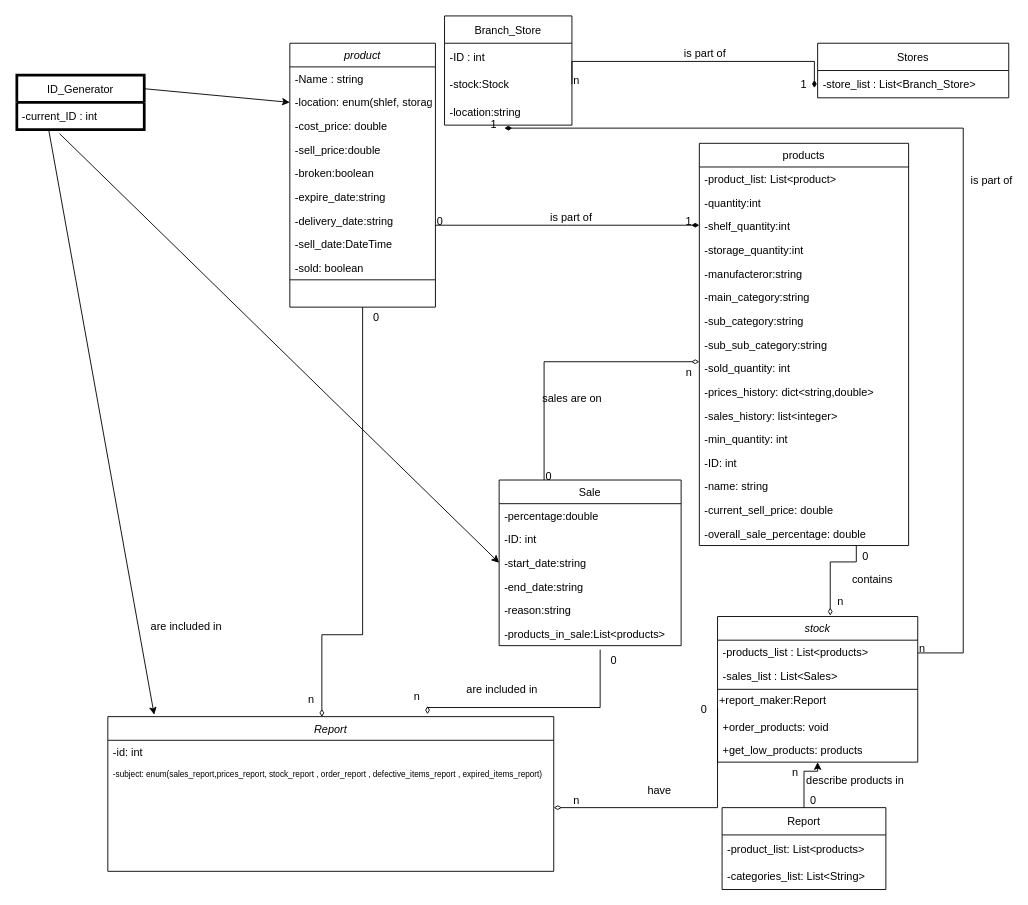
This is docs/class_diagram.drawio from idanlobel/nitutz, a draw.io file, before an edit. Source tidied: cells renumbered, new cells numbered last; positions are measured from the earlier drawing's top-left corner, leaving out a move shared by most shapes. Both pictures are drawn from the tidied source at 91%, with x=0, y=0 at pixel (16, -30).
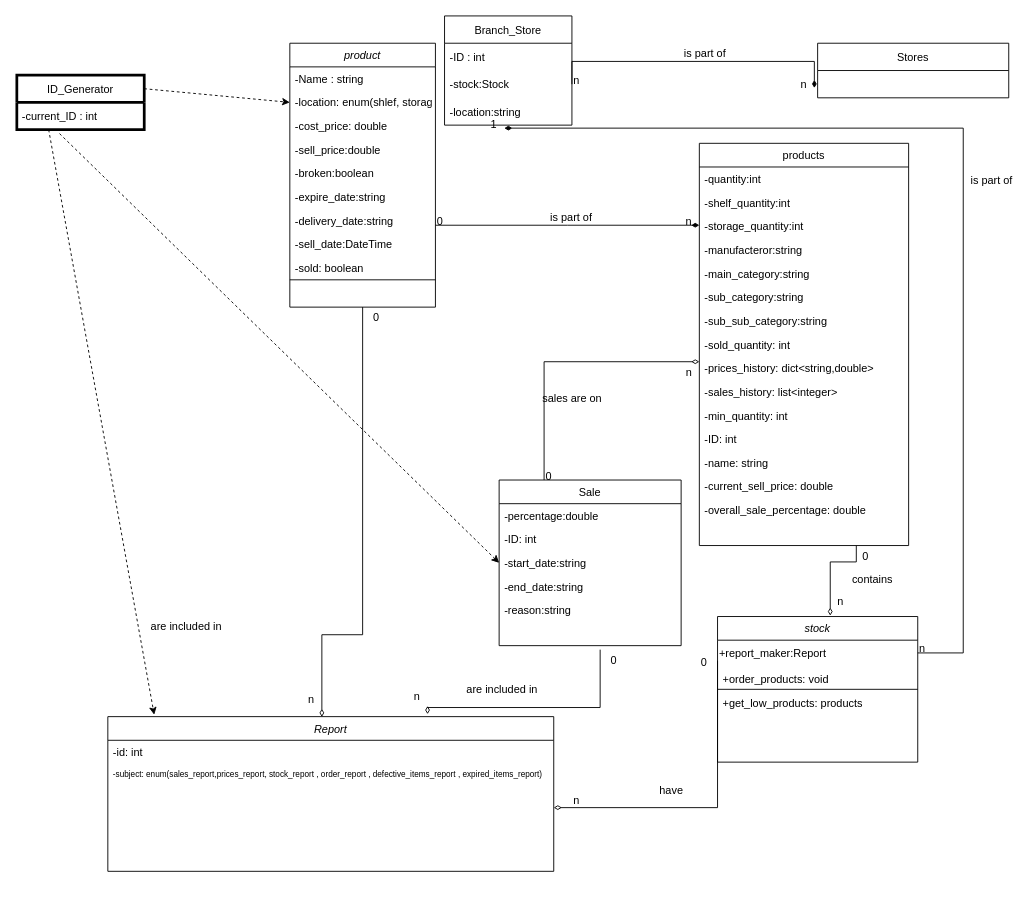
The same diagram, later.

The change refers to these unchanged cells:
```xml
<mxCell id="4" value="-location: enum(shlef, storage, store)" style="text;align=left;verticalAlign=top;spacingLeft=4;spacingRight=4;overflow=hidden;points=[[0,0.5],[1,0.5]];portConstraint=eastwest;rounded=0;shadow=0;html=0;fontColor=#000000;" parent="2" vertex="1">
  <mxGeometry y="52" width="160" height="26" as="geometry" />
</mxCell>
<mxCell id="13" value="products" style="swimlane;fontStyle=0;align=center;verticalAlign=top;horizontal=1;startSize=26;rounded=0;shadow=0;strokeWidth=1;" parent="1" vertex="1">
  <mxGeometry x="750" y="190" width="230" height="442" as="geometry" />
</mxCell>
<mxCell id="30" style="endArrow=diamondThin;shadow=0;strokeWidth=1;rounded=0;endFill=1;edgeStyle=elbowEdgeStyle;elbow=vertical;" parent="1" edge="1" source="2" target="13">
  <mxGeometry x="0.5" y="41" relative="1" as="geometry">
    <mxPoint x="-40" y="32" as="offset" />
  </mxGeometry>
</mxCell>
<mxCell id="34" value="stock" style="swimlane;fontStyle=2;align=center;verticalAlign=top;horizontal=1;startSize=26;rounded=0;shadow=0;strokeWidth=1;" parent="1" vertex="1">
  <mxGeometry x="770" y="710" width="220" height="160" as="geometry" />
</mxCell>
<mxCell id="41" value="Sale" style="swimlane;fontStyle=0;align=center;verticalAlign=top;horizontal=1;startSize=26;rounded=0;shadow=0;strokeWidth=1;" parent="1" vertex="1">
  <mxGeometry x="530" y="560" width="200" height="182" as="geometry" />
</mxCell>
<mxCell id="44" value="-start_date:string" style="text;align=left;verticalAlign=top;spacingLeft=4;spacingRight=4;overflow=hidden;points=[[0,0.5],[1,0.5]];portConstraint=eastwest;rounded=0;shadow=0;html=0;" parent="41" vertex="1">
  <mxGeometry y="78" width="200" height="26" as="geometry" />
</mxCell>
<mxCell id="65" value="-stock:Stock" style="text;strokeColor=none;fillColor=none;align=left;verticalAlign=middle;spacingLeft=4;spacingRight=4;overflow=hidden;points=[[0,0.5],[1,0.5]];portConstraint=eastwest;" parent="63" vertex="1">
  <mxGeometry y="60" width="140" height="30" as="geometry" />
</mxCell>
<mxCell id="67" value="Stores" style="swimlane;fontStyle=0;horizontal=1;startSize=30;" parent="1" vertex="1">
  <mxGeometry x="880" y="80" width="210" height="60" as="geometry" />
</mxCell>
<mxCell id="77" value="Report" style="swimlane;fontStyle=2;align=center;verticalAlign=top;horizontal=1;startSize=26;rounded=0;shadow=0;strokeWidth=1;" parent="1" vertex="1">
  <mxGeometry x="100" y="820" width="490" height="170" as="geometry" />
</mxCell>
<mxCell id="92" value="ID_Generator" style="swimlane;fontStyle=0;horizontal=1;startSize=30;strokeWidth=3;" parent="1" vertex="1">
  <mxGeometry y="115" width="140" height="60" as="geometry" />
</mxCell>
<mxCell id="93" value="-current_ID : int" style="text;strokeColor=none;fillColor=none;align=left;verticalAlign=middle;spacingLeft=4;spacingRight=4;overflow=hidden;points=[[0,0.5],[1,0.5]];portConstraint=eastwest;" parent="92" vertex="1">
  <mxGeometry y="30" width="140" height="30" as="geometry" />
</mxCell>
```

The edit, as a diff of the source:
```diff
@@
-    <mxCell id="14" value="-product_list: List&lt;product&gt;" style="text;align=left;verticalAlign=top;spacingLeft=4;spacingRight=4;overflow=hidden;rounded=0;shadow=0;html=0;" parent="13" vertex="1">
-      <mxGeometry y="26" width="230" height="26" as="geometry" />
-    </mxCell>
     <mxCell id="15" value="-quantity:int" style="text;align=left;verticalAlign=top;spacingLeft=4;spacingRight=4;overflow=hidden;rounded=0;shadow=0;html=0;" parent="13" vertex="1">
-      <mxGeometry y="52" width="230" height="26" as="geometry" />
+      <mxGeometry y="26" width="230" height="26" as="geometry" />
     </mxCell>
     <mxCell id="16" value="-shelf_quantity:int" style="text;align=left;verticalAlign=top;spacingLeft=4;spacingRight=4;overflow=hidden;rounded=0;shadow=0;html=0;" parent="13" vertex="1">
-      <mxGeometry y="78" width="230" height="26" as="geometry" />
+      <mxGeometry y="52" width="230" height="26" as="geometry" />
     </mxCell>
     <mxCell id="17" value="-storage_quantity:int" style="text;align=left;verticalAlign=top;spacingLeft=4;spacingRight=4;overflow=hidden;rounded=0;shadow=0;html=0;" parent="13" vertex="1">
-      <mxGeometry y="104" width="230" height="26" as="geometry" />
+      <mxGeometry y="78" width="230" height="26" as="geometry" />
     </mxCell>
     <mxCell id="18" value="-manufacteror:string" style="text;align=left;verticalAlign=top;spacingLeft=4;spacingRight=4;overflow=hidden;rounded=0;shadow=0;html=0;" parent="13" vertex="1">
-      <mxGeometry y="130" width="230" height="26" as="geometry" />
+      <mxGeometry y="104" width="230" height="26" as="geometry" />
     </mxCell>
     <mxCell id="19" value="-main_category:string" style="text;align=left;verticalAlign=top;spacingLeft=4;spacingRight=4;overflow=hidden;rounded=0;shadow=0;html=0;" parent="13" vertex="1">
-      <mxGeometry y="156" width="230" height="26" as="geometry" />
+      <mxGeometry y="130" width="230" height="26" as="geometry" />
     </mxCell>
     <mxCell id="20" value="-sub_category:string" style="text;align=left;verticalAlign=top;spacingLeft=4;spacingRight=4;overflow=hidden;rounded=0;shadow=0;html=0;" parent="13" vertex="1">
-      <mxGeometry y="182" width="230" height="26" as="geometry" />
+      <mxGeometry y="156" width="230" height="26" as="geometry" />
     </mxCell>
     <mxCell id="21" value="-sub_sub_category:string" style="text;align=left;verticalAlign=top;spacingLeft=4;spacingRight=4;overflow=hidden;rounded=0;shadow=0;html=0;" parent="13" vertex="1">
-      <mxGeometry y="208" width="230" height="26" as="geometry" />
+      <mxGeometry y="182" width="230" height="26" as="geometry" />
     </mxCell>
     <mxCell id="22" value="-sold_quantity: int" style="text;align=left;verticalAlign=top;spacingLeft=4;spacingRight=4;overflow=hidden;rounded=0;shadow=0;html=0;" parent="13" vertex="1">
-      <mxGeometry y="234" width="230" height="26" as="geometry" />
+      <mxGeometry y="208" width="230" height="26" as="geometry" />
     </mxCell>
     <mxCell id="23" value="-prices_history: dict&lt;string,double&gt;" style="text;align=left;verticalAlign=top;spacingLeft=4;spacingRight=4;overflow=hidden;rounded=0;shadow=0;html=0;fontColor=#000000;" parent="13" vertex="1">
-      <mxGeometry y="260" width="230" height="26" as="geometry" />
+      <mxGeometry y="234" width="230" height="26" as="geometry" />
     </mxCell>
     <mxCell id="24" value="-sales_history: list&lt;integer&gt;" style="text;align=left;verticalAlign=top;spacingLeft=4;spacingRight=4;overflow=hidden;rounded=0;shadow=0;html=0;fontColor=#000000;" parent="13" vertex="1">
-      <mxGeometry y="286" width="230" height="26" as="geometry" />
+      <mxGeometry y="260" width="230" height="26" as="geometry" />
     </mxCell>
     <mxCell id="25" value="-min_quantity: int" style="text;align=left;verticalAlign=top;spacingLeft=4;spacingRight=4;overflow=hidden;rounded=0;shadow=0;html=0;" parent="13" vertex="1">
-      <mxGeometry y="312" width="230" height="26" as="geometry" />
+      <mxGeometry y="286" width="230" height="26" as="geometry" />
     </mxCell>
     <mxCell id="26" value="-ID: int" style="text;align=left;verticalAlign=top;spacingLeft=4;spacingRight=4;overflow=hidden;rounded=0;shadow=0;html=0;" parent="13" vertex="1">
-      <mxGeometry y="338" width="230" height="26" as="geometry" />
+      <mxGeometry y="312" width="230" height="26" as="geometry" />
     </mxCell>
     <mxCell id="27" value="-name: string" style="text;align=left;verticalAlign=top;spacingLeft=4;spacingRight=4;overflow=hidden;rounded=0;shadow=0;html=0;" parent="13" vertex="1">
-      <mxGeometry y="364" width="230" height="26" as="geometry" />
+      <mxGeometry y="338" width="230" height="26" as="geometry" />
     </mxCell>
     <mxCell id="28" value="-current_sell_price: double" style="text;align=left;verticalAlign=top;spacingLeft=4;spacingRight=4;overflow=hidden;rounded=0;shadow=0;html=0;" parent="13" vertex="1">
-      <mxGeometry y="390" width="230" height="26" as="geometry" />
+      <mxGeometry y="364" width="230" height="26" as="geometry" />
     </mxCell>
     <mxCell id="29" value="-overall_sale_percentage: double" style="text;align=left;verticalAlign=top;spacingLeft=4;spacingRight=4;overflow=hidden;rounded=0;shadow=0;html=0;" parent="13" vertex="1">
-      <mxGeometry y="416" width="230" height="26" as="geometry" />
+      <mxGeometry y="390" width="230" height="26" as="geometry" />
     </mxCell>
@@
-    <mxCell id="32" value="1" style="align=right;verticalAlign=bottom;labelBackgroundColor=none;fontSize=12;" parent="30" vertex="1">
+    <mxCell id="32" value="n" style="align=right;verticalAlign=bottom;labelBackgroundColor=none;fontSize=12;" parent="30" vertex="1">
       <mxGeometry x="1" relative="1" as="geometry">
         <mxPoint x="-7" y="4" as="offset" />
       </mxGeometry>
     </mxCell>
@@
-    <mxCell id="35" value="-products_list : List&lt;products&gt;&#10;" style="text;align=left;verticalAlign=top;spacingLeft=4;spacingRight=4;overflow=hidden;" parent="34" vertex="1">
-      <mxGeometry y="26" width="220" height="26" as="geometry" />
-    </mxCell>
@@
-    <mxCell id="37" value="-sales_list : List&lt;Sales&gt;&#10;" style="text;align=left;verticalAlign=top;spacingLeft=4;spacingRight=4;overflow=hidden;" parent="34" vertex="1">
-      <mxGeometry y="52" width="220" height="26" as="geometry" />
-    </mxCell>
     <mxCell id="38" value="+report_maker:Report" style="text;html=1;strokeColor=none;fillColor=none;align=left;verticalAlign=middle;whiteSpace=wrap;rounded=0;" parent="34" vertex="1">
-      <mxGeometry y="78" width="220" height="30" as="geometry" />
+      <mxGeometry y="26" width="220" height="30" as="geometry" />
     </mxCell>
     <mxCell id="39" value="+order_products: void" style="text;align=left;verticalAlign=top;spacingLeft=4;spacingRight=4;overflow=hidden;rounded=0;shadow=0;html=0;" parent="34" vertex="1">
-      <mxGeometry y="108" width="220" height="26" as="geometry" />
+      <mxGeometry y="56" width="220" height="26" as="geometry" />
     </mxCell>
     <mxCell id="40" value="+get_low_products: products" style="text;align=left;verticalAlign=top;spacingLeft=4;spacingRight=4;overflow=hidden;rounded=0;shadow=0;html=0;" parent="34" vertex="1">
-      <mxGeometry y="134" width="220" height="26" as="geometry" />
+      <mxGeometry y="82" width="220" height="26" as="geometry" />
     </mxCell>
@@
-    <mxCell id="47" value="-products_in_sale:List&lt;products&gt;" style="text;align=left;verticalAlign=top;spacingLeft=4;spacingRight=4;overflow=hidden;points=[[0,0.5],[1,0.5]];portConstraint=eastwest;rounded=0;shadow=0;html=0;" parent="41" vertex="1">
-      <mxGeometry y="156" width="200" height="26" as="geometry" />
-    </mxCell>
@@
-    <mxCell id="56" value="Report" style="swimlane;fontStyle=0;horizontal=1;startSize=30;labelBackgroundColor=none;fillColor=none;" parent="1" vertex="1">
-      <mxGeometry x="775" y="920" width="180" height="90" as="geometry" />
-    </mxCell>
-    <mxCell id="57" value="-product_list: List&lt;products&gt;" style="text;strokeColor=none;fillColor=none;align=left;verticalAlign=middle;spacingLeft=4;spacingRight=4;overflow=hidden;labelBackgroundColor=none;" parent="56" vertex="1">
-      <mxGeometry y="30" width="180" height="30" as="geometry" />
-    </mxCell>
-    <mxCell id="58" value="-categories_list: List&lt;String&gt;" style="text;strokeColor=none;fillColor=none;align=left;verticalAlign=middle;spacingLeft=4;spacingRight=4;overflow=hidden;labelBackgroundColor=none;" parent="56" vertex="1">
-      <mxGeometry y="60" width="180" height="30" as="geometry" />
-    </mxCell>
-    <mxCell id="59" style="endArrow=classic;shadow=0;strokeWidth=1;rounded=0;endFill=1;edgeStyle=elbowEdgeStyle;elbow=vertical;exitX=0.5;exitY=0;exitDx=0;exitDy=0;" parent="1" edge="1" source="56">
-      <mxGeometry x="0.5" y="41" relative="1" as="geometry">
-        <mxPoint x="880" y="870" as="targetPoint" />
-        <Array as="points">
-          <mxPoint x="870" y="880" />
-          <mxPoint x="720" y="840" />
-          <mxPoint x="600" y="850" />
-        </Array>
-        <mxPoint x="-40" y="32" as="offset" />
-      </mxGeometry>
-    </mxCell>
-    <mxCell id="60" value="0" style="align=left;verticalAlign=bottom;labelBackgroundColor=none;fontSize=12;" parent="59" vertex="1">
-      <mxGeometry x="-1" relative="1" as="geometry">
-        <mxPoint x="5" as="offset" />
-      </mxGeometry>
-    </mxCell>
-    <mxCell id="61" value="n" style="align=right;verticalAlign=bottom;labelBackgroundColor=none;fontSize=12;" parent="59" vertex="1">
-      <mxGeometry x="1" relative="1" as="geometry">
-        <mxPoint x="-20" y="20" as="offset" />
-      </mxGeometry>
-    </mxCell>
-    <mxCell id="62" value="describe products in" style="text;html=1;align=center;verticalAlign=middle;labelBackgroundColor=none;rounded=0;shadow=0;strokeWidth=1;fontSize=12;" parent="59" vertex="1">
-      <mxGeometry x="0.5" y="49" relative="1" as="geometry">
-        <mxPoint x="46" y="59" as="offset" />
-      </mxGeometry>
-    </mxCell>
@@
-    <mxCell id="68" value="-store_list : List&lt;Branch_Store&gt;" style="text;strokeColor=none;fillColor=none;align=left;verticalAlign=middle;spacingLeft=4;spacingRight=4;overflow=hidden;points=[[0,0.5],[1,0.5]];portConstraint=eastwest;" parent="67" vertex="1">
-      <mxGeometry y="30" width="210" height="30" as="geometry" />
-    </mxCell>
-    <mxCell id="69" style="endArrow=diamondThin;shadow=0;strokeWidth=1;rounded=0;endFill=1;edgeStyle=elbowEdgeStyle;elbow=vertical;exitX=1;exitY=0.5;exitDx=0;exitDy=0;entryX=-0.017;entryY=0.64;entryDx=0;entryDy=0;entryPerimeter=0;" parent="1" edge="1" source="65" target="68">
+    <mxCell id="69" style="endArrow=diamondThin;shadow=0;strokeWidth=1;rounded=0;endFill=1;edgeStyle=elbowEdgeStyle;elbow=vertical;exitX=1;exitY=0.5;exitDx=0;exitDy=0;entryX=-0.017;entryY=0.64;entryDx=0;entryDy=0;entryPerimeter=0;" parent="1" edge="1" source="65">
       <mxGeometry x="0.5" y="41" relative="1" as="geometry">
+        <mxPoint x="876.4" y="129.2" as="targetPoint" />
         <Array as="points">
           <mxPoint x="820" y="100" />
           <mxPoint x="750" y="100" />
         </Array>
         <mxPoint x="-40" y="32" as="offset" />
       </mxGeometry>
     </mxCell>
@@
-    <mxCell id="71" value="1" style="align=right;verticalAlign=bottom;labelBackgroundColor=none;fontSize=12;" parent="69" vertex="1">
+    <mxCell id="71" value="n" style="align=right;verticalAlign=bottom;labelBackgroundColor=none;fontSize=12;" parent="69" vertex="1">
       <mxGeometry x="1" relative="1" as="geometry">
         <mxPoint x="-7" y="4" as="offset" />
       </mxGeometry>
     </mxCell>
@@
-    <mxCell id="84" style="endArrow=diamondThin;shadow=0;strokeWidth=1;rounded=0;endFill=0;edgeStyle=elbowEdgeStyle;elbow=vertical;exitX=0.555;exitY=1.169;exitDx=0;exitDy=0;entryX=0.717;entryY=-0.016;entryDx=0;entryDy=0;entryPerimeter=0;exitPerimeter=0;" parent="1" edge="1" source="47" target="77">
+    <mxCell id="84" style="endArrow=diamondThin;shadow=0;strokeWidth=1;rounded=0;endFill=0;edgeStyle=elbowEdgeStyle;elbow=vertical;exitX=0.555;exitY=1.169;exitDx=0;exitDy=0;entryX=0.717;entryY=-0.016;entryDx=0;entryDy=0;entryPerimeter=0;exitPerimeter=0;" parent="1" edge="1" target="77">
       <mxGeometry x="0.5" y="41" relative="1" as="geometry">
+        <mxPoint x="641" y="746.4" as="sourcePoint" />
         <Array as="points">
           <mxPoint x="600" y="810" />
           <mxPoint x="670" y="820" />
           <mxPoint x="630" y="830" />
           <mxPoint x="760" y="800" />
           <mxPoint x="870" y="810" />
           <mxPoint x="830" y="810" />
         </Array>
         <mxPoint x="-40" y="32" as="offset" />
       </mxGeometry>
     </mxCell>
@@
-    <mxCell id="94" style="endArrow=classic;html=1;rounded=0;exitX=1;exitY=0.25;exitDx=0;exitDy=0;entryX=0;entryY=0.5;entryDx=0;entryDy=0;" parent="1" edge="1" source="92" target="4">
+    <mxCell id="94" style="endArrow=classic;html=1;rounded=0;exitX=1;exitY=0.25;exitDx=0;exitDy=0;entryX=0;entryY=0.5;entryDx=0;entryDy=0;dashed=1;" parent="1" edge="1" source="92" target="4">
       <mxGeometry relative="1" as="geometry" />
     </mxCell>
-    <mxCell id="95" style="endArrow=classic;html=1;rounded=0;exitX=0.25;exitY=1;exitDx=0;exitDy=0;entryX=0.104;entryY=-0.012;entryDx=0;entryDy=0;entryPerimeter=0;" parent="1" edge="1" source="92" target="77">
+    <mxCell id="95" style="endArrow=classic;html=1;rounded=0;exitX=0.25;exitY=1;exitDx=0;exitDy=0;entryX=0.104;entryY=-0.012;entryDx=0;entryDy=0;entryPerimeter=0;dashed=1;" parent="1" edge="1" source="92" target="77">
       <mxGeometry relative="1" as="geometry" />
     </mxCell>
-    <mxCell id="96" style="endArrow=classic;html=1;rounded=0;exitX=0.335;exitY=1.143;exitDx=0;exitDy=0;exitPerimeter=0;entryX=0;entryY=0.5;entryDx=0;entryDy=0;" parent="1" edge="1" source="93" target="44">
+    <mxCell id="96" style="endArrow=classic;html=1;rounded=0;exitX=0.335;exitY=1.143;exitDx=0;exitDy=0;exitPerimeter=0;entryX=0;entryY=0.5;entryDx=0;entryDy=0;dashed=1;" parent="1" edge="1" source="93" target="44">
       <mxGeometry relative="1" as="geometry" />
     </mxCell>
```
